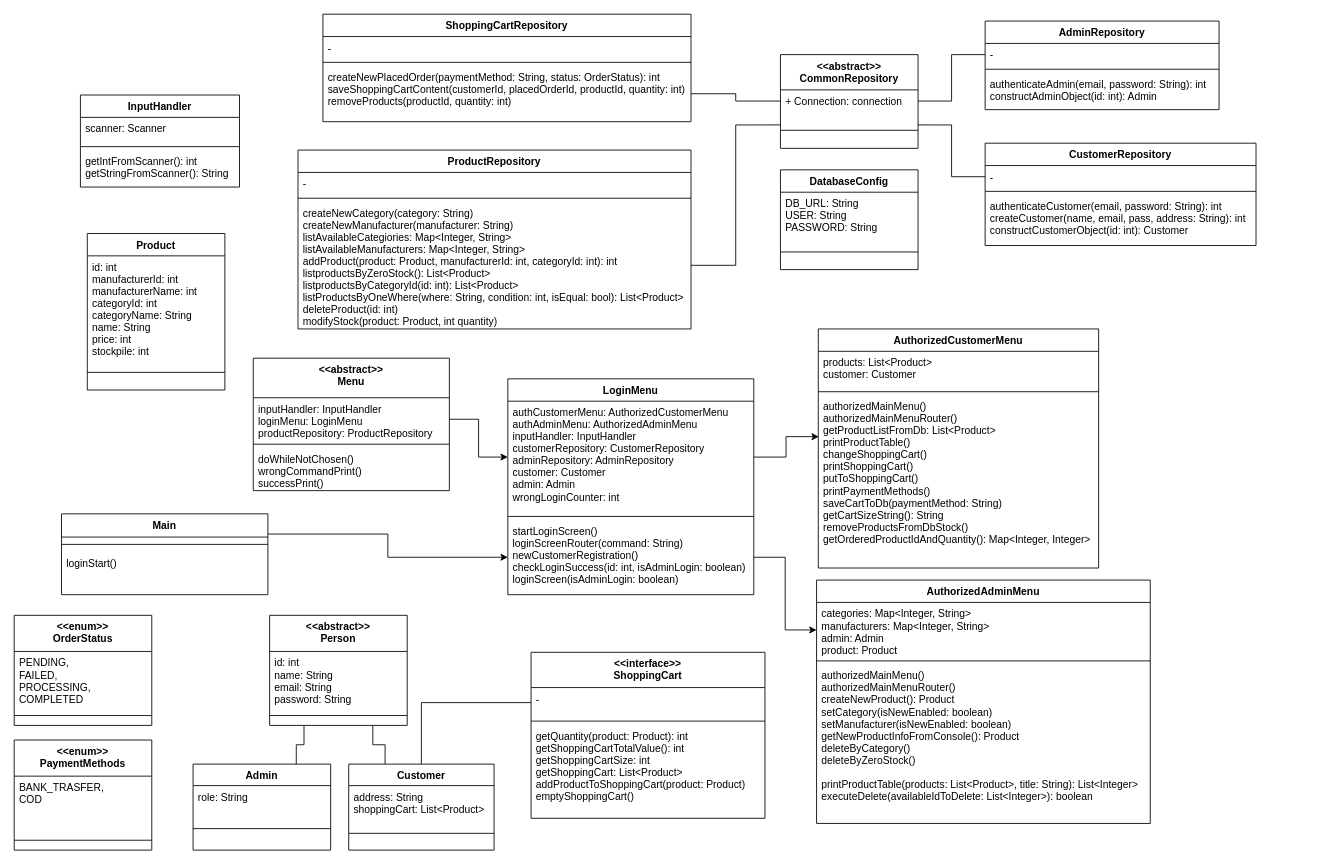
This is Untitled Diagram.drawio from ati911/proba, a draw.io file, before an edit. Source tidied: cells renumbered, new cells numbered last; positions are measured from the earlier drawing's top-left corner, leaving out a move shared by most shapes. Both pictures are drawn from the tidied source at 86%, with x=0, y=0 at pixel (14, 14).
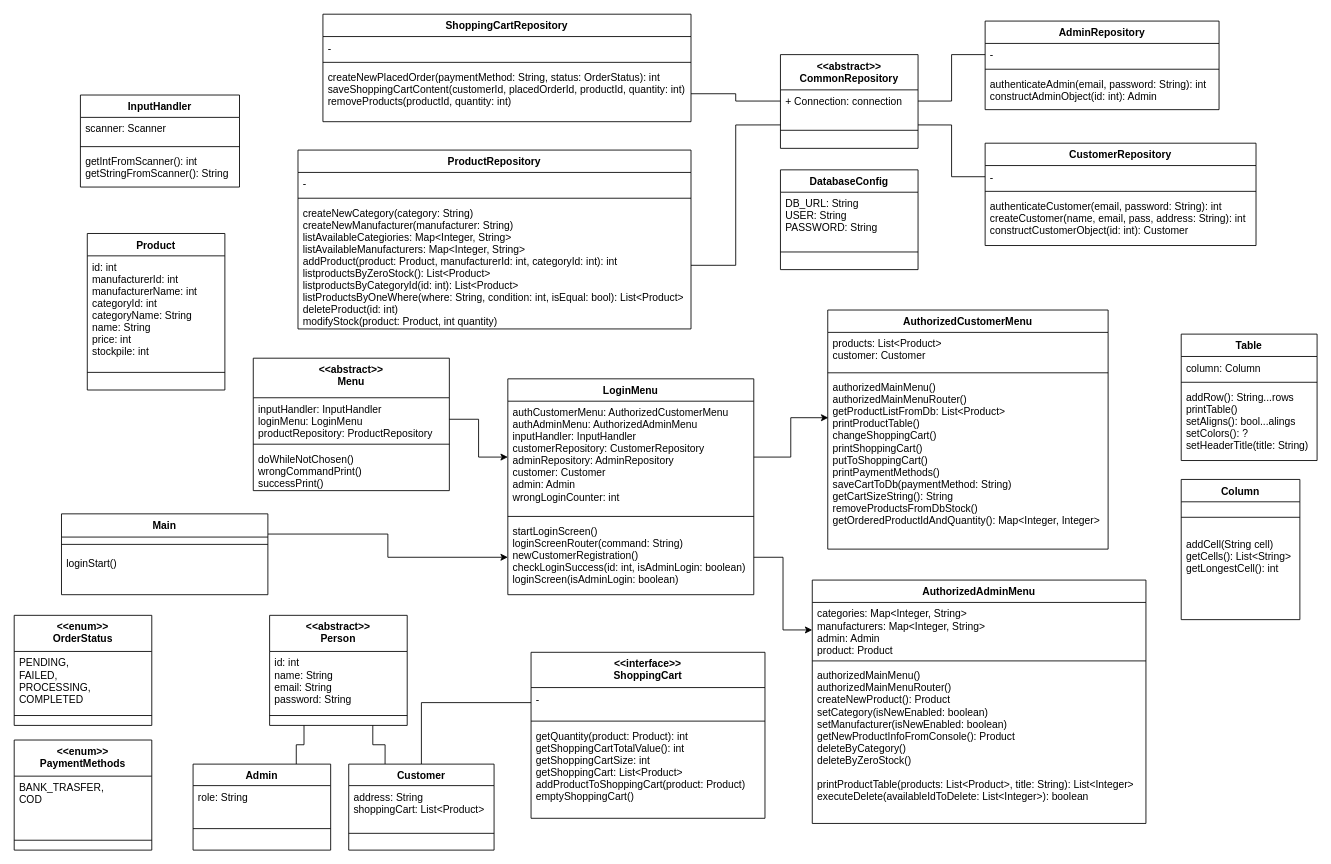
The same page after the edit.

Change to the diagram source:
```diff
@@
     <mxCell id="56" value="AuthorizedCustomerMenu" style="swimlane;fontStyle=1;align=center;verticalAlign=top;horizontal=1;startSize=26;" parent="1" vertex="1">
-      <mxGeometry x="935" y="366" width="326" height="278" as="geometry" />
+      <mxGeometry x="946" y="344" width="326" height="278" as="geometry" />
     </mxCell>
@@
     <mxCell id="60" value="AuthorizedAdminMenu" style="swimlane;fontStyle=1;align=center;verticalAlign=top;horizontal=1;startSize=26;" parent="1" vertex="1">
-      <mxGeometry x="933" y="658" width="388" height="283" as="geometry" />
+      <mxGeometry x="928" y="658" width="388" height="283" as="geometry" />
     </mxCell>
@@
+    <mxCell id="80" value="Table" style="swimlane;fontStyle=1;align=center;verticalAlign=top;horizontal=1;startSize=26;" parent="1" vertex="1">
+      <mxGeometry x="1357" y="372" width="158" height="147" as="geometry" />
+    </mxCell>
+    <mxCell id="81" value="column: Column" style="text;strokeColor=none;fillColor=none;align=left;verticalAlign=top;spacingLeft=4;spacingRight=4;overflow=hidden;" parent="80" vertex="1">
+      <mxGeometry y="26" width="158" height="26" as="geometry" />
+    </mxCell>
+    <mxCell id="82" style="line;strokeWidth=1;fillColor=none;align=left;verticalAlign=middle;spacingTop=-1;spacingLeft=3;spacingRight=3;labelPosition=right;" parent="80" vertex="1">
+      <mxGeometry y="52" width="158" height="8" as="geometry" />
+    </mxCell>
+    <mxCell id="83" value="addRow(): String...rows&#10;printTable()&#10;setAligns(): bool...alings&#10;setColors(): ?&#10;setHeaderTitle(title: String)" style="text;strokeColor=none;fillColor=none;align=left;verticalAlign=top;spacingLeft=4;spacingRight=4;overflow=hidden;" parent="80" vertex="1">
+      <mxGeometry y="60" width="158" height="87" as="geometry" />
+    </mxCell>
+    <mxCell id="84" value="Column" style="swimlane;fontStyle=1;align=center;verticalAlign=top;horizontal=1;startSize=26;" parent="1" vertex="1">
+      <mxGeometry x="1357" y="541" width="138" height="163" as="geometry" />
+    </mxCell>
+    <mxCell id="85" style="line;strokeWidth=1;fillColor=none;align=left;verticalAlign=middle;spacingTop=-1;spacingLeft=3;spacingRight=3;labelPosition=right;" parent="84" vertex="1">
+      <mxGeometry y="26" width="138" height="36" as="geometry" />
+    </mxCell>
+    <mxCell id="86" value="addCell(String cell)&#10;getCells(): List&lt;String&gt;&#10;getLongestCell(): int" style="text;strokeColor=none;fillColor=none;align=left;verticalAlign=top;spacingLeft=4;spacingRight=4;overflow=hidden;" parent="84" vertex="1">
+      <mxGeometry y="62" width="138" height="101" as="geometry" />
+    </mxCell>
```
